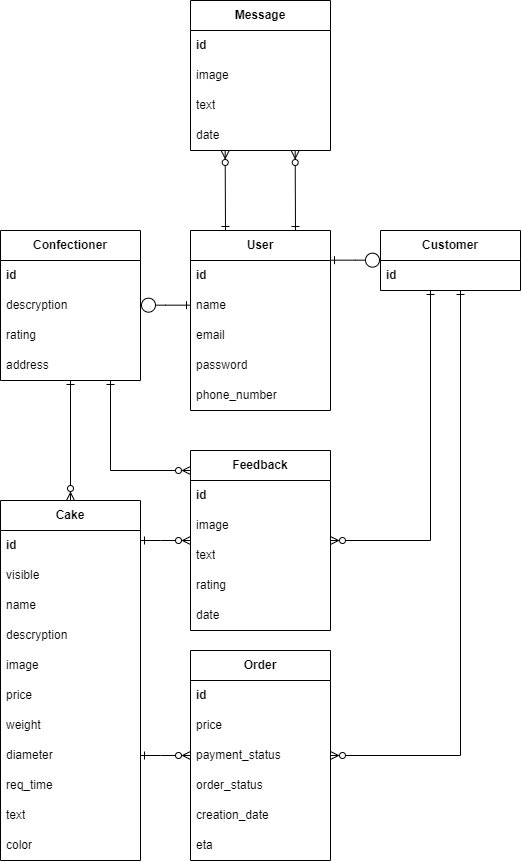
Before: Документация/Диаграммы/er_new.drawio.png, a diagram exported from draw.io (MaksimStrelnikov/tp-9.4). Source tidied: cells renumbered, new cells last; positions are measured from the earlier drawing's top-left corner, leaving out a move shared by most shapes. Source of this version:
```xml
<mxGraphModel>
  <root>
    <mxCell id="0" />
    <mxCell id="1" parent="0" />
    <mxCell id="2" value="&lt;b&gt;Message&lt;/b&gt;" style="swimlane;fontStyle=0;horizontal=1;startSize=30;whiteSpace=wrap;html=1;" parent="1" vertex="1">
      <mxGeometry x="190" width="140" height="150" as="geometry" />
    </mxCell>
    <mxCell id="3" value="&lt;b&gt;id&lt;/b&gt;" style="text;strokeColor=none;fillColor=none;align=left;verticalAlign=middle;spacingLeft=4;spacingRight=4;overflow=hidden;whiteSpace=wrap;html=1;" parent="2" vertex="1">
      <mxGeometry y="30" width="140" height="30" as="geometry" />
    </mxCell>
    <mxCell id="4" value="image" style="text;strokeColor=none;fillColor=none;align=left;verticalAlign=middle;spacingLeft=4;spacingRight=4;overflow=hidden;whiteSpace=wrap;html=1;" parent="2" vertex="1">
      <mxGeometry y="60" width="140" height="30" as="geometry" />
    </mxCell>
    <mxCell id="5" value="text" style="text;strokeColor=none;fillColor=none;align=left;verticalAlign=middle;spacingLeft=4;spacingRight=4;overflow=hidden;whiteSpace=wrap;html=1;" parent="2" vertex="1">
      <mxGeometry y="90" width="140" height="30" as="geometry" />
    </mxCell>
    <mxCell id="6" value="date" style="text;strokeColor=none;fillColor=none;align=left;verticalAlign=middle;spacingLeft=4;spacingRight=4;overflow=hidden;whiteSpace=wrap;html=1;" parent="2" vertex="1">
      <mxGeometry y="120" width="140" height="30" as="geometry" />
    </mxCell>
    <mxCell id="7" style="edgeStyle=elbowEdgeStyle;rounded=0;jettySize=auto;html=1;exitX=0.25;exitY=0;exitDx=0;exitDy=0;endArrow=ERzeroToMany;endFill=0;startArrow=ERone;startFill=0;" parent="1" edge="1" source="11" target="2">
      <mxGeometry relative="1" as="geometry" />
    </mxCell>
    <mxCell id="8" style="edgeStyle=elbowEdgeStyle;rounded=0;jettySize=auto;html=1;exitX=0.75;exitY=0;exitDx=0;exitDy=0;endArrow=ERzeroToMany;endFill=0;startArrow=ERone;startFill=0;" parent="1" edge="1" source="11" target="2">
      <mxGeometry relative="1" as="geometry" />
    </mxCell>
    <mxCell id="9" style="rounded=0;jettySize=auto;html=1;edgeStyle=elbowEdgeStyle;elbow=vertical;startArrow=ERone;startFill=0;endArrow=circle;endFill=0;" parent="1" edge="1" source="11" target="26">
      <mxGeometry relative="1" as="geometry" />
    </mxCell>
    <mxCell id="10" style="edgeStyle=elbowEdgeStyle;rounded=0;jettySize=auto;html=1;elbow=vertical;endArrow=circle;endFill=0;startArrow=ERone;startFill=0;" parent="1" edge="1" source="11" target="19">
      <mxGeometry relative="1" as="geometry" />
    </mxCell>
    <mxCell id="11" value="&lt;b&gt;User&lt;/b&gt;" style="swimlane;fontStyle=0;horizontal=1;startSize=30;whiteSpace=wrap;html=1;" parent="1" vertex="1">
      <mxGeometry x="190" y="230" width="140" height="180" as="geometry" />
    </mxCell>
    <mxCell id="12" value="&lt;b&gt;id&lt;/b&gt;" style="text;strokeColor=none;fillColor=none;align=left;verticalAlign=middle;spacingLeft=4;spacingRight=4;overflow=hidden;whiteSpace=wrap;html=1;" parent="11" vertex="1">
      <mxGeometry y="30" width="140" height="30" as="geometry" />
    </mxCell>
    <mxCell id="13" value="name" style="text;strokeColor=none;fillColor=none;align=left;verticalAlign=middle;spacingLeft=4;spacingRight=4;overflow=hidden;whiteSpace=wrap;html=1;" parent="11" vertex="1">
      <mxGeometry y="60" width="140" height="30" as="geometry" />
    </mxCell>
    <mxCell id="14" value="email" style="text;strokeColor=none;fillColor=none;align=left;verticalAlign=middle;spacingLeft=4;spacingRight=4;overflow=hidden;whiteSpace=wrap;html=1;" parent="11" vertex="1">
      <mxGeometry y="90" width="140" height="30" as="geometry" />
    </mxCell>
    <mxCell id="15" value="password" style="text;strokeColor=none;fillColor=none;align=left;verticalAlign=middle;spacingLeft=4;spacingRight=4;overflow=hidden;whiteSpace=wrap;html=1;" parent="11" vertex="1">
      <mxGeometry y="120" width="140" height="30" as="geometry" />
    </mxCell>
    <mxCell id="16" value="phone_number" style="text;strokeColor=none;fillColor=none;align=left;verticalAlign=middle;spacingLeft=4;spacingRight=4;overflow=hidden;whiteSpace=wrap;html=1;" parent="11" vertex="1">
      <mxGeometry y="150" width="140" height="30" as="geometry" />
    </mxCell>
    <mxCell id="17" style="edgeStyle=orthogonalEdgeStyle;rounded=0;jettySize=auto;html=1;startArrow=ERone;startFill=0;endArrow=ERzeroToMany;endFill=0;" parent="1" edge="1" source="19" target="28">
      <mxGeometry relative="1" as="geometry">
        <Array as="points">
          <mxPoint x="110" y="470" />
        </Array>
      </mxGeometry>
    </mxCell>
    <mxCell id="18" style="edgeStyle=orthogonalEdgeStyle;rounded=0;jettySize=auto;html=1;startArrow=ERone;startFill=0;endArrow=ERzeroToMany;endFill=0;" parent="1" edge="1" source="19" target="36">
      <mxGeometry relative="1" as="geometry" />
    </mxCell>
    <mxCell id="19" value="&lt;b&gt;Confectioner&lt;/b&gt;" style="swimlane;fontStyle=0;horizontal=1;startSize=30;whiteSpace=wrap;html=1;" parent="1" vertex="1">
      <mxGeometry y="230" width="140" height="150" as="geometry" />
    </mxCell>
    <mxCell id="20" value="&lt;b&gt;id&lt;/b&gt;" style="text;strokeColor=none;fillColor=none;align=left;verticalAlign=middle;spacingLeft=4;spacingRight=4;overflow=hidden;whiteSpace=wrap;html=1;" parent="19" vertex="1">
      <mxGeometry y="30" width="140" height="30" as="geometry" />
    </mxCell>
    <mxCell id="21" value="descryption" style="text;strokeColor=none;fillColor=none;align=left;verticalAlign=middle;spacingLeft=4;spacingRight=4;overflow=hidden;whiteSpace=wrap;html=1;" parent="19" vertex="1">
      <mxGeometry y="60" width="140" height="30" as="geometry" />
    </mxCell>
    <mxCell id="22" value="rating" style="text;strokeColor=none;fillColor=none;align=left;verticalAlign=middle;spacingLeft=4;spacingRight=4;overflow=hidden;whiteSpace=wrap;html=1;" parent="19" vertex="1">
      <mxGeometry y="90" width="140" height="30" as="geometry" />
    </mxCell>
    <mxCell id="23" value="address" style="text;strokeColor=none;fillColor=none;align=left;verticalAlign=middle;spacingLeft=4;spacingRight=4;overflow=hidden;whiteSpace=wrap;html=1;" parent="19" vertex="1">
      <mxGeometry y="120" width="140" height="30" as="geometry" />
    </mxCell>
    <mxCell id="24" style="edgeStyle=elbowEdgeStyle;rounded=0;jettySize=auto;html=1;startArrow=ERone;startFill=0;endArrow=ERzeroToMany;endFill=0;" parent="1" edge="1" source="26" target="48">
      <mxGeometry relative="1" as="geometry">
        <Array as="points">
          <mxPoint x="460" y="510" />
        </Array>
      </mxGeometry>
    </mxCell>
    <mxCell id="25" style="edgeStyle=orthogonalEdgeStyle;rounded=0;jettySize=auto;html=1;endArrow=ERzeroToMany;endFill=0;startArrow=ERone;startFill=0;" parent="1" edge="1" source="26" target="28">
      <mxGeometry relative="1" as="geometry">
        <Array as="points">
          <mxPoint x="430" y="540" />
        </Array>
      </mxGeometry>
    </mxCell>
    <mxCell id="26" value="&lt;b&gt;Customer&lt;/b&gt;" style="swimlane;fontStyle=0;horizontal=1;startSize=30;whiteSpace=wrap;html=1;" parent="1" vertex="1">
      <mxGeometry x="380" y="230" width="140" height="60" as="geometry" />
    </mxCell>
    <mxCell id="27" value="&lt;b&gt;id&lt;/b&gt;" style="text;strokeColor=none;fillColor=none;align=left;verticalAlign=middle;spacingLeft=4;spacingRight=4;overflow=hidden;whiteSpace=wrap;html=1;" parent="26" vertex="1">
      <mxGeometry y="30" width="140" height="30" as="geometry" />
    </mxCell>
    <mxCell id="28" value="&lt;b&gt;Feedback&lt;/b&gt;" style="swimlane;fontStyle=0;horizontal=1;startSize=30;whiteSpace=wrap;html=1;" parent="1" vertex="1">
      <mxGeometry x="190" y="450" width="140" height="180" as="geometry" />
    </mxCell>
    <mxCell id="29" value="&lt;b&gt;id&lt;/b&gt;" style="text;strokeColor=none;fillColor=none;align=left;verticalAlign=middle;spacingLeft=4;spacingRight=4;overflow=hidden;whiteSpace=wrap;html=1;" parent="28" vertex="1">
      <mxGeometry y="30" width="140" height="30" as="geometry" />
    </mxCell>
    <mxCell id="30" value="image" style="text;strokeColor=none;fillColor=none;align=left;verticalAlign=middle;spacingLeft=4;spacingRight=4;overflow=hidden;whiteSpace=wrap;html=1;" parent="28" vertex="1">
      <mxGeometry y="60" width="140" height="30" as="geometry" />
    </mxCell>
    <mxCell id="31" value="text" style="text;strokeColor=none;fillColor=none;align=left;verticalAlign=middle;spacingLeft=4;spacingRight=4;overflow=hidden;whiteSpace=wrap;html=1;" parent="28" vertex="1">
      <mxGeometry y="90" width="140" height="30" as="geometry" />
    </mxCell>
    <mxCell id="32" value="rating" style="text;strokeColor=none;fillColor=none;align=left;verticalAlign=middle;spacingLeft=4;spacingRight=4;overflow=hidden;whiteSpace=wrap;html=1;" parent="28" vertex="1">
      <mxGeometry y="120" width="140" height="30" as="geometry" />
    </mxCell>
    <mxCell id="33" value="date" style="text;strokeColor=none;fillColor=none;align=left;verticalAlign=middle;spacingLeft=4;spacingRight=4;overflow=hidden;whiteSpace=wrap;html=1;" parent="28" vertex="1">
      <mxGeometry y="150" width="140" height="30" as="geometry" />
    </mxCell>
    <mxCell id="34" style="edgeStyle=orthogonalEdgeStyle;rounded=0;jettySize=auto;html=1;startArrow=ERone;startFill=0;endArrow=ERzeroToMany;endFill=0;" parent="1" edge="1" source="36" target="48">
      <mxGeometry relative="1" as="geometry">
        <Array as="points">
          <mxPoint x="160" y="755" />
          <mxPoint x="160" y="755" />
        </Array>
      </mxGeometry>
    </mxCell>
    <mxCell id="35" style="edgeStyle=orthogonalEdgeStyle;rounded=0;jettySize=auto;html=1;startArrow=ERone;startFill=0;endArrow=ERzeroToMany;endFill=0;" parent="1" edge="1" source="36" target="28">
      <mxGeometry relative="1" as="geometry">
        <Array as="points">
          <mxPoint x="160" y="540" />
          <mxPoint x="160" y="540" />
        </Array>
      </mxGeometry>
    </mxCell>
    <mxCell id="36" value="&lt;b&gt;Cake&lt;/b&gt;" style="swimlane;fontStyle=0;horizontal=1;startSize=30;whiteSpace=wrap;html=1;" parent="1" vertex="1">
      <mxGeometry y="500" width="140" height="360" as="geometry" />
    </mxCell>
    <mxCell id="37" value="&lt;b&gt;id&lt;/b&gt;" style="text;strokeColor=none;fillColor=none;align=left;verticalAlign=middle;spacingLeft=4;spacingRight=4;overflow=hidden;whiteSpace=wrap;html=1;" parent="36" vertex="1">
      <mxGeometry y="30" width="140" height="30" as="geometry" />
    </mxCell>
    <mxCell id="38" value="visible" style="text;strokeColor=none;fillColor=none;align=left;verticalAlign=middle;spacingLeft=4;spacingRight=4;overflow=hidden;whiteSpace=wrap;html=1;" parent="36" vertex="1">
      <mxGeometry y="60" width="140" height="30" as="geometry" />
    </mxCell>
    <mxCell id="39" value="name" style="text;strokeColor=none;fillColor=none;align=left;verticalAlign=middle;spacingLeft=4;spacingRight=4;overflow=hidden;whiteSpace=wrap;html=1;" parent="36" vertex="1">
      <mxGeometry y="90" width="140" height="30" as="geometry" />
    </mxCell>
    <mxCell id="40" value="descryption" style="text;strokeColor=none;fillColor=none;align=left;verticalAlign=middle;spacingLeft=4;spacingRight=4;overflow=hidden;whiteSpace=wrap;html=1;" parent="36" vertex="1">
      <mxGeometry y="120" width="140" height="30" as="geometry" />
    </mxCell>
    <mxCell id="41" value="image" style="text;strokeColor=none;fillColor=none;align=left;verticalAlign=middle;spacingLeft=4;spacingRight=4;overflow=hidden;whiteSpace=wrap;html=1;" parent="36" vertex="1">
      <mxGeometry y="150" width="140" height="30" as="geometry" />
    </mxCell>
    <mxCell id="42" value="price" style="text;strokeColor=none;fillColor=none;align=left;verticalAlign=middle;spacingLeft=4;spacingRight=4;overflow=hidden;whiteSpace=wrap;html=1;" parent="36" vertex="1">
      <mxGeometry y="180" width="140" height="30" as="geometry" />
    </mxCell>
    <mxCell id="43" value="weight" style="text;strokeColor=none;fillColor=none;align=left;verticalAlign=middle;spacingLeft=4;spacingRight=4;overflow=hidden;whiteSpace=wrap;html=1;" parent="36" vertex="1">
      <mxGeometry y="210" width="140" height="30" as="geometry" />
    </mxCell>
    <mxCell id="44" value="diameter" style="text;strokeColor=none;fillColor=none;align=left;verticalAlign=middle;spacingLeft=4;spacingRight=4;overflow=hidden;whiteSpace=wrap;html=1;" parent="36" vertex="1">
      <mxGeometry y="240" width="140" height="30" as="geometry" />
    </mxCell>
    <mxCell id="45" value="req_time" style="text;strokeColor=none;fillColor=none;align=left;verticalAlign=middle;spacingLeft=4;spacingRight=4;overflow=hidden;whiteSpace=wrap;html=1;" parent="36" vertex="1">
      <mxGeometry y="270" width="140" height="30" as="geometry" />
    </mxCell>
    <mxCell id="46" value="text" style="text;strokeColor=none;fillColor=none;align=left;verticalAlign=middle;spacingLeft=4;spacingRight=4;overflow=hidden;whiteSpace=wrap;html=1;" parent="36" vertex="1">
      <mxGeometry y="300" width="140" height="30" as="geometry" />
    </mxCell>
    <mxCell id="47" value="color" style="text;strokeColor=none;fillColor=none;align=left;verticalAlign=middle;spacingLeft=4;spacingRight=4;overflow=hidden;whiteSpace=wrap;html=1;" parent="36" vertex="1">
      <mxGeometry y="330" width="140" height="30" as="geometry" />
    </mxCell>
    <mxCell id="48" value="&lt;b&gt;Order&lt;/b&gt;" style="swimlane;fontStyle=0;horizontal=1;startSize=30;whiteSpace=wrap;html=1;" parent="1" vertex="1">
      <mxGeometry x="190" y="650" width="140" height="210" as="geometry" />
    </mxCell>
    <mxCell id="49" value="&lt;b&gt;id&lt;/b&gt;" style="text;strokeColor=none;fillColor=none;align=left;verticalAlign=middle;spacingLeft=4;spacingRight=4;overflow=hidden;whiteSpace=wrap;html=1;" parent="48" vertex="1">
      <mxGeometry y="30" width="140" height="30" as="geometry" />
    </mxCell>
    <mxCell id="50" value="price" style="text;strokeColor=none;fillColor=none;align=left;verticalAlign=middle;spacingLeft=4;spacingRight=4;overflow=hidden;whiteSpace=wrap;html=1;" parent="48" vertex="1">
      <mxGeometry y="60" width="140" height="30" as="geometry" />
    </mxCell>
    <mxCell id="51" value="payment_status" style="text;strokeColor=none;fillColor=none;align=left;verticalAlign=middle;spacingLeft=4;spacingRight=4;overflow=hidden;whiteSpace=wrap;html=1;" parent="48" vertex="1">
      <mxGeometry y="90" width="140" height="30" as="geometry" />
    </mxCell>
    <mxCell id="52" value="order_status" style="text;strokeColor=none;fillColor=none;align=left;verticalAlign=middle;spacingLeft=4;spacingRight=4;overflow=hidden;whiteSpace=wrap;html=1;" parent="48" vertex="1">
      <mxGeometry y="120" width="140" height="30" as="geometry" />
    </mxCell>
    <mxCell id="53" value="creation_date" style="text;strokeColor=none;fillColor=none;align=left;verticalAlign=middle;spacingLeft=4;spacingRight=4;overflow=hidden;whiteSpace=wrap;html=1;" parent="48" vertex="1">
      <mxGeometry y="150" width="140" height="30" as="geometry" />
    </mxCell>
    <mxCell id="54" value="eta" style="text;strokeColor=none;fillColor=none;align=left;verticalAlign=middle;spacingLeft=4;spacingRight=4;overflow=hidden;whiteSpace=wrap;html=1;" parent="48" vertex="1">
      <mxGeometry y="180" width="140" height="30" as="geometry" />
    </mxCell>
  </root>
</mxGraphModel>
```
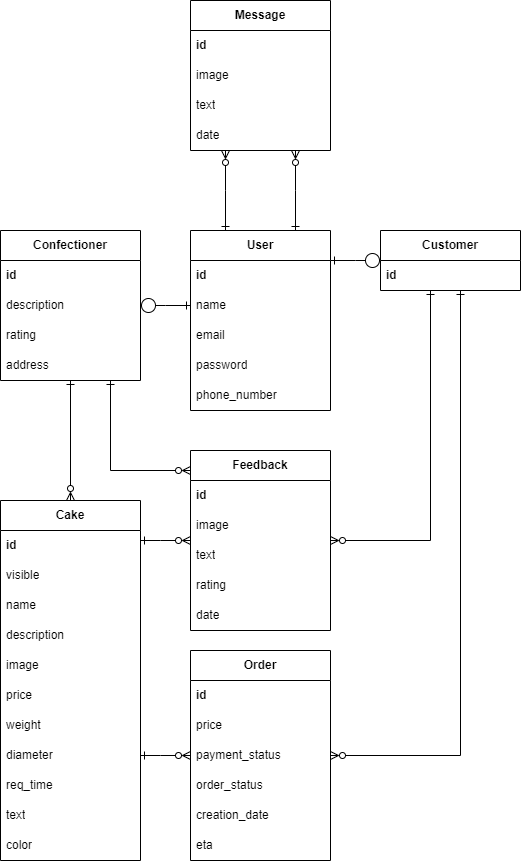
The same diagram one commit later.

Commit message:
Change er diagram and class diagram

Change to the diagram source:
```diff
@@ -63,7 +63,7 @@
     <mxCell id="20" value="&lt;b&gt;id&lt;/b&gt;" style="text;strokeColor=none;fillColor=none;align=left;verticalAlign=middle;spacingLeft=4;spacingRight=4;overflow=hidden;whiteSpace=wrap;html=1;" parent="19" vertex="1">
       <mxGeometry y="30" width="140" height="30" as="geometry" />
     </mxCell>
-    <mxCell id="21" value="descryption" style="text;strokeColor=none;fillColor=none;align=left;verticalAlign=middle;spacingLeft=4;spacingRight=4;overflow=hidden;whiteSpace=wrap;html=1;" parent="19" vertex="1">
+    <mxCell id="21" value="description" style="text;strokeColor=none;fillColor=none;align=left;verticalAlign=middle;spacingLeft=4;spacingRight=4;overflow=hidden;whiteSpace=wrap;html=1;" parent="19" vertex="1">
       <mxGeometry y="60" width="140" height="30" as="geometry" />
     </mxCell>
     <mxCell id="22" value="rating" style="text;strokeColor=none;fillColor=none;align=left;verticalAlign=middle;spacingLeft=4;spacingRight=4;overflow=hidden;whiteSpace=wrap;html=1;" parent="19" vertex="1">
@@ -138,7 +138,7 @@
     <mxCell id="39" value="name" style="text;strokeColor=none;fillColor=none;align=left;verticalAlign=middle;spacingLeft=4;spacingRight=4;overflow=hidden;whiteSpace=wrap;html=1;" parent="36" vertex="1">
       <mxGeometry y="90" width="140" height="30" as="geometry" />
     </mxCell>
-    <mxCell id="40" value="descryption" style="text;strokeColor=none;fillColor=none;align=left;verticalAlign=middle;spacingLeft=4;spacingRight=4;overflow=hidden;whiteSpace=wrap;html=1;" parent="36" vertex="1">
+    <mxCell id="40" value="descri&lt;span style=&quot;background-color: transparent; color: light-dark(rgb(0, 0, 0), rgb(255, 255, 255));&quot;&gt;ption&lt;/span&gt;" style="text;strokeColor=none;fillColor=none;align=left;verticalAlign=middle;spacingLeft=4;spacingRight=4;overflow=hidden;whiteSpace=wrap;html=1;" parent="36" vertex="1">
       <mxGeometry y="120" width="140" height="30" as="geometry" />
     </mxCell>
     <mxCell id="41" value="image" style="text;strokeColor=none;fillColor=none;align=left;verticalAlign=middle;spacingLeft=4;spacingRight=4;overflow=hidden;whiteSpace=wrap;html=1;" parent="36" vertex="1">
```
